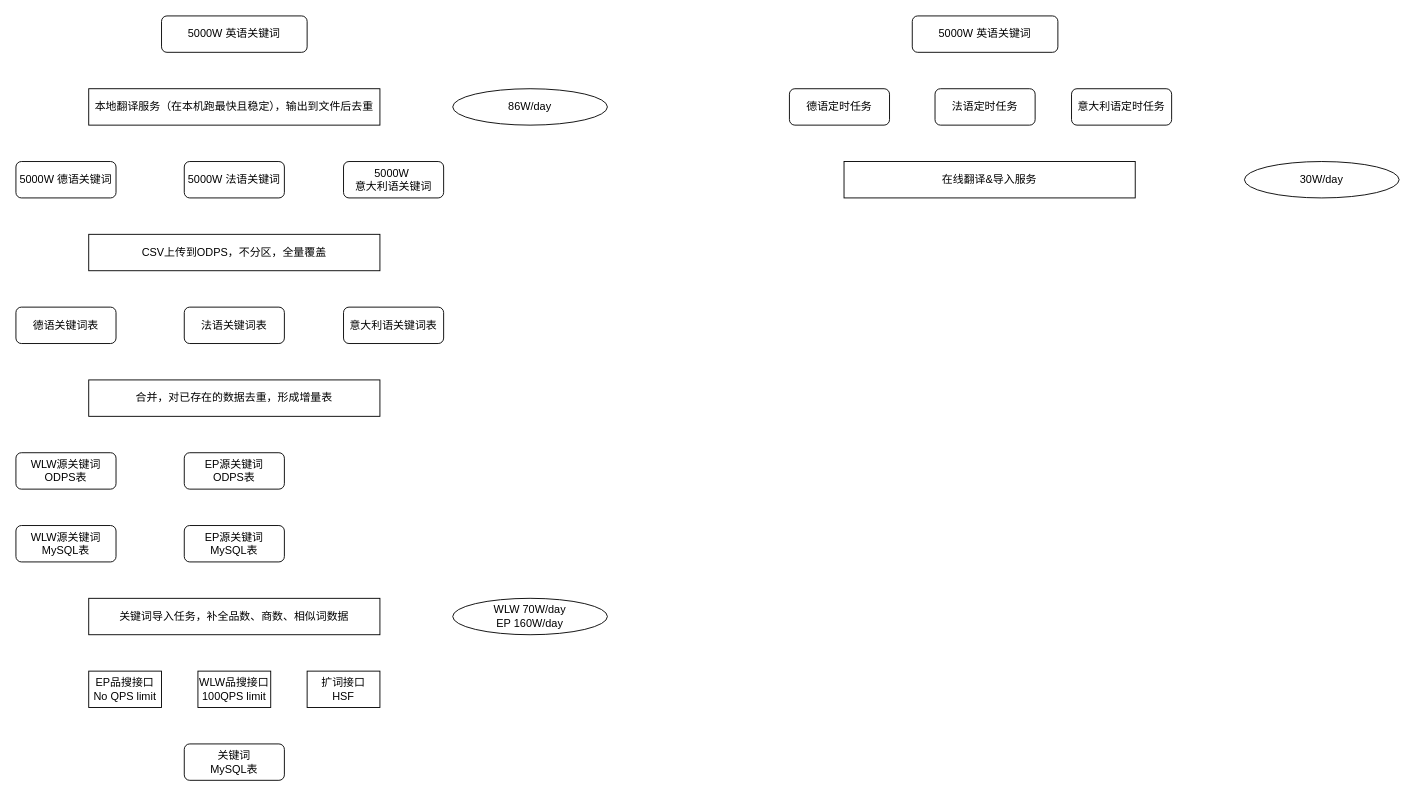
Earlier version of the draw.io diagram drawio/大数据量关键词导入.drawio (VisableHarry/seo-drawio). Source tidied: cells renumbered, new cells numbered last; positions are measured from the earlier drawing's top-left corner, leaving out a move shared by most shapes. Both pictures are drawn from the tidied source at 91%, with x=0, y=0 at pixel (15, 15).
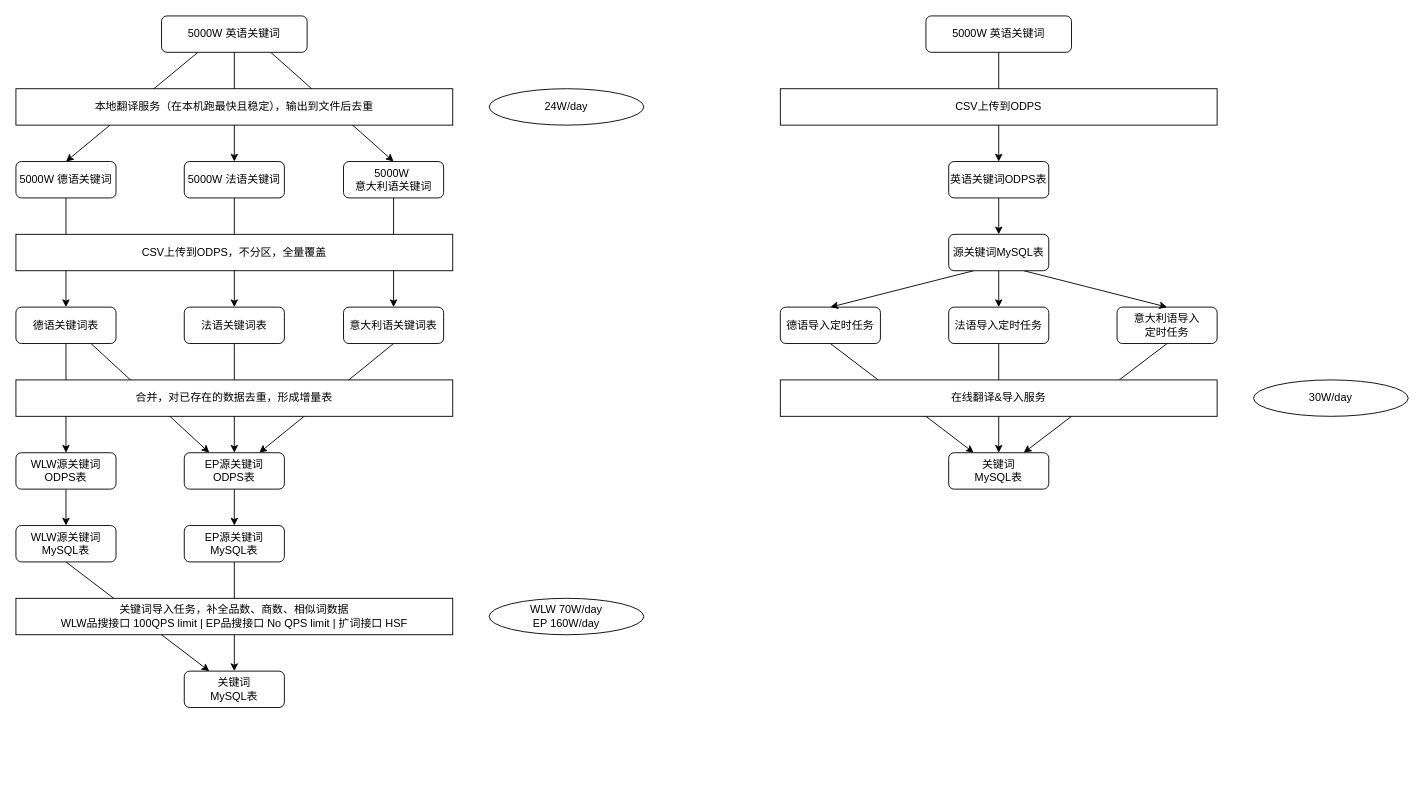
The same diagram, later.

Commit message:
更新大数据量关键词导入.drawio

The change refers to these unchanged cells:
```xml
<mxCell id="2" value="5000W 英语关键词" style="rounded=1;whiteSpace=wrap;html=1;" parent="1" vertex="1">
  <mxGeometry x="160" width="160" height="40" as="geometry" />
</mxCell>
<mxCell id="4" value="5000W 法语关键词" style="rounded=1;whiteSpace=wrap;html=1;" parent="1" vertex="1">
  <mxGeometry x="185" y="160" width="110" height="40" as="geometry" />
</mxCell>
<mxCell id="5" value="5000W 德语关键词" style="rounded=1;whiteSpace=wrap;html=1;" parent="1" vertex="1">
  <mxGeometry y="160" width="110" height="40" as="geometry" />
</mxCell>
<mxCell id="6" value="5000W&amp;nbsp;&lt;div&gt;意大利语关键词&lt;/div&gt;" style="rounded=1;whiteSpace=wrap;html=1;" parent="1" vertex="1">
  <mxGeometry x="360" y="160" width="110" height="40" as="geometry" />
</mxCell>
<mxCell id="8" value="德语关键词表" style="rounded=1;whiteSpace=wrap;html=1;" parent="1" vertex="1">
  <mxGeometry y="320" width="110" height="40" as="geometry" />
</mxCell>
<mxCell id="9" value="法语关键词表" style="rounded=1;whiteSpace=wrap;html=1;" parent="1" vertex="1">
  <mxGeometry x="185" y="320" width="110" height="40" as="geometry" />
</mxCell>
<mxCell id="10" value="意大利语关键词表" style="rounded=1;whiteSpace=wrap;html=1;" parent="1" vertex="1">
  <mxGeometry x="360" y="320" width="110" height="40" as="geometry" />
</mxCell>
<mxCell id="11" value="EP源关键词&lt;div&gt;ODPS表&lt;/div&gt;" style="rounded=1;whiteSpace=wrap;html=1;" parent="1" vertex="1">
  <mxGeometry x="185" y="480" width="110" height="40" as="geometry" />
</mxCell>
<mxCell id="12" value="WLW源关键词&lt;div&gt;ODPS表&lt;/div&gt;" style="rounded=1;whiteSpace=wrap;html=1;" parent="1" vertex="1">
  <mxGeometry y="480" width="110" height="40" as="geometry" />
</mxCell>
<mxCell id="14" value="WLW源关键词&lt;div&gt;MySQL表&lt;/div&gt;" style="rounded=1;whiteSpace=wrap;html=1;" parent="1" vertex="1">
  <mxGeometry y="560" width="110" height="40" as="geometry" />
</mxCell>
<mxCell id="15" value="EP源关键词&lt;div&gt;MySQL表&lt;/div&gt;" style="rounded=1;whiteSpace=wrap;html=1;" parent="1" vertex="1">
  <mxGeometry x="185" y="560" width="110" height="40" as="geometry" />
</mxCell>
```

Change to the diagram source:
```diff
@@
+    <mxCell id="29" style="edgeStyle=orthogonalEdgeStyle;rounded=0;jettySize=auto;html=1;exitX=0.5;exitY=1;exitDx=0;exitDy=0;entryX=0.5;entryY=0;entryDx=0;entryDy=0;" parent="1" edge="1" source="2" target="4">
+      <mxGeometry relative="1" as="geometry" />
+    </mxCell>
+    <mxCell id="30" style="rounded=0;jettySize=auto;html=1;exitX=0.75;exitY=1;exitDx=0;exitDy=0;entryX=0.5;entryY=0;entryDx=0;entryDy=0;" parent="1" edge="1" source="2" target="6">
+      <mxGeometry relative="1" as="geometry" />
+    </mxCell>
+    <mxCell id="31" style="rounded=0;jettySize=auto;html=1;exitX=0.25;exitY=1;exitDx=0;exitDy=0;entryX=0.5;entryY=0;entryDx=0;entryDy=0;" parent="1" edge="1" source="2" target="5">
+      <mxGeometry relative="1" as="geometry" />
+    </mxCell>
@@
     <mxCell id="3" value="本地翻译服务（在本机跑最快且稳定），输出到文件后去重" style="rounded=0;whiteSpace=wrap;html=1;" parent="1" vertex="1">
-      <mxGeometry x="80" y="80" width="320" height="40" as="geometry" />
+      <mxGeometry y="80" width="480" height="40" as="geometry" />
     </mxCell>
+    <mxCell id="32" style="edgeStyle=orthogonalEdgeStyle;rounded=0;jettySize=auto;html=1;exitX=0.5;exitY=1;exitDx=0;exitDy=0;entryX=0.5;entryY=0;entryDx=0;entryDy=0;" parent="1" edge="1" source="4" target="9">
+      <mxGeometry relative="1" as="geometry" />
+    </mxCell>
@@
+    <mxCell id="33" style="edgeStyle=orthogonalEdgeStyle;rounded=0;jettySize=auto;html=1;exitX=0.5;exitY=1;exitDx=0;exitDy=0;entryX=0.5;entryY=0;entryDx=0;entryDy=0;" parent="1" edge="1" source="5" target="8">
+      <mxGeometry relative="1" as="geometry" />
+    </mxCell>
@@
+    <mxCell id="34" style="edgeStyle=orthogonalEdgeStyle;rounded=0;jettySize=auto;html=1;exitX=0.5;exitY=1;exitDx=0;exitDy=0;entryX=0.5;entryY=0;entryDx=0;entryDy=0;" parent="1" edge="1" source="6" target="10">
+      <mxGeometry relative="1" as="geometry" />
+    </mxCell>
@@
     <mxCell id="7" value="CSV上传到ODPS，不分区，全量覆盖" style="rounded=0;whiteSpace=wrap;html=1;" parent="1" vertex="1">
-      <mxGeometry x="80" y="240" width="320" height="40" as="geometry" />
+      <mxGeometry y="240" width="480" height="40" as="geometry" />
     </mxCell>
+    <mxCell id="35" style="edgeStyle=orthogonalEdgeStyle;rounded=0;jettySize=auto;html=1;exitX=0.5;exitY=1;exitDx=0;exitDy=0;entryX=0.5;entryY=0;entryDx=0;entryDy=0;" parent="1" edge="1" source="8" target="12">
+      <mxGeometry relative="1" as="geometry" />
+    </mxCell>
+    <mxCell id="36" style="rounded=0;jettySize=auto;html=1;exitX=0.75;exitY=1;exitDx=0;exitDy=0;entryX=0.25;entryY=0;entryDx=0;entryDy=0;" parent="1" edge="1" source="8" target="11">
+      <mxGeometry relative="1" as="geometry" />
+    </mxCell>
@@
+    <mxCell id="37" style="edgeStyle=orthogonalEdgeStyle;rounded=0;jettySize=auto;html=1;exitX=0.5;exitY=1;exitDx=0;exitDy=0;" parent="1" edge="1" source="9" target="11">
+      <mxGeometry relative="1" as="geometry" />
+    </mxCell>
@@
+    <mxCell id="38" style="rounded=0;jettySize=auto;html=1;exitX=0.5;exitY=1;exitDx=0;exitDy=0;entryX=0.75;entryY=0;entryDx=0;entryDy=0;" parent="1" edge="1" source="10" target="11">
+      <mxGeometry relative="1" as="geometry" />
+    </mxCell>
@@
+    <mxCell id="39" style="edgeStyle=orthogonalEdgeStyle;rounded=0;jettySize=auto;html=1;exitX=0.5;exitY=1;exitDx=0;exitDy=0;entryX=0.5;entryY=0;entryDx=0;entryDy=0;" parent="1" edge="1" source="11" target="15">
+      <mxGeometry relative="1" as="geometry" />
+    </mxCell>
@@
+    <mxCell id="40" style="edgeStyle=orthogonalEdgeStyle;rounded=0;jettySize=auto;html=1;exitX=0.5;exitY=1;exitDx=0;exitDy=0;" parent="1" edge="1" source="12" target="14">
+      <mxGeometry relative="1" as="geometry" />
+    </mxCell>
@@
     <mxCell id="13" value="合并，对已存在的数据去重，形成增量表" style="rounded=0;whiteSpace=wrap;html=1;" parent="1" vertex="1">
-      <mxGeometry x="80" y="400" width="320" height="40" as="geometry" />
+      <mxGeometry y="400" width="480" height="40" as="geometry" />
     </mxCell>
+    <mxCell id="41" style="rounded=0;jettySize=auto;html=1;exitX=0.5;exitY=1;exitDx=0;exitDy=0;entryX=0.25;entryY=0;entryDx=0;entryDy=0;" parent="1" edge="1" source="14" target="17">
+      <mxGeometry relative="1" as="geometry" />
+    </mxCell>
@@
+    <mxCell id="42" style="edgeStyle=orthogonalEdgeStyle;rounded=0;jettySize=auto;html=1;exitX=0.5;exitY=1;exitDx=0;exitDy=0;entryX=0.5;entryY=0;entryDx=0;entryDy=0;" parent="1" edge="1" source="15" target="17">
+      <mxGeometry relative="1" as="geometry" />
+    </mxCell>
@@
-    <mxCell id="16" value="关键词导入任务，补全品数、商数、相似词数据" style="rounded=0;whiteSpace=wrap;html=1;" parent="1" vertex="1">
-      <mxGeometry x="80" y="640" width="320" height="40" as="geometry" />
+    <mxCell id="16" value="关键词导入任务，补全品数、商数、相似词数据&lt;div&gt;WLW品搜接口&amp;nbsp;&lt;span style=&quot;background-color: initial;&quot;&gt;100QPS limit |&amp;nbsp;&lt;/span&gt;&lt;span style=&quot;background-color: initial;&quot;&gt;EP品搜接口&amp;nbsp;&lt;/span&gt;&lt;span style=&quot;background-color: initial;&quot;&gt;No QPS limit |&amp;nbsp;&lt;/span&gt;&lt;span style=&quot;background-color: initial;&quot;&gt;扩词接口&amp;nbsp;&lt;/span&gt;&lt;span style=&quot;background-color: initial;&quot;&gt;HSF&lt;/span&gt;&lt;/div&gt;" style="rounded=0;whiteSpace=wrap;html=1;" parent="1" vertex="1">
+      <mxGeometry y="640" width="480" height="40" as="geometry" />
     </mxCell>
     <mxCell id="17" value="关键词&lt;div&gt;MySQL表&lt;/div&gt;" style="rounded=1;whiteSpace=wrap;html=1;" parent="1" vertex="1">
-      <mxGeometry x="185" y="800" width="110" height="40" as="geometry" />
+      <mxGeometry x="185" y="720" width="110" height="40" as="geometry" />
     </mxCell>
-    <mxCell id="18" value="EP品搜接口&lt;div&gt;No QPS limit&lt;/div&gt;" style="rounded=0;whiteSpace=wrap;html=1;" parent="1" vertex="1">
-      <mxGeometry x="80" y="720" width="80" height="40" as="geometry" />
-    </mxCell>
-    <mxCell id="19" value="WLW品搜接口&lt;div&gt;100QPS limit&lt;br&gt;&lt;/div&gt;" style="rounded=0;whiteSpace=wrap;html=1;" parent="1" vertex="1">
-      <mxGeometry x="200" y="720" width="80" height="40" as="geometry" />
-    </mxCell>
-    <mxCell id="20" value="扩词接口&lt;div&gt;HSF&lt;/div&gt;" style="rounded=0;whiteSpace=wrap;html=1;" parent="1" vertex="1">
-      <mxGeometry x="320" y="720" width="80" height="40" as="geometry" />
-    </mxCell>
-    <mxCell id="21" value="86W/day" style="ellipse;whiteSpace=wrap;html=1;" parent="1" vertex="1">
-      <mxGeometry x="480" y="80" width="170" height="40" as="geometry" />
+    <mxCell id="21" value="24W/day" style="ellipse;whiteSpace=wrap;html=1;" parent="1" vertex="1">
+      <mxGeometry x="520" y="80" width="170" height="40" as="geometry" />
     </mxCell>
     <mxCell id="22" value="WLW 70W/day&lt;div&gt;EP 160W/day&lt;/div&gt;" style="ellipse;whiteSpace=wrap;html=1;" parent="1" vertex="1">
-      <mxGeometry x="480" y="640" width="170" height="40" as="geometry" />
+      <mxGeometry x="520" y="640" width="170" height="40" as="geometry" />
     </mxCell>
+    <mxCell id="43" style="edgeStyle=orthogonalEdgeStyle;rounded=0;jettySize=auto;html=1;exitX=0.5;exitY=1;exitDx=0;exitDy=0;entryX=0.5;entryY=0;entryDx=0;entryDy=0;" parent="1" edge="1" source="23" target="50">
+      <mxGeometry relative="1" as="geometry" />
+    </mxCell>
     <mxCell id="23" value="5000W 英语关键词" style="rounded=1;whiteSpace=wrap;html=1;" parent="1" vertex="1">
-      <mxGeometry x="985" width="160" height="40" as="geometry" />
+      <mxGeometry x="1000" width="160" height="40" as="geometry" />
     </mxCell>
+    <mxCell id="25" value="30W/day" style="ellipse;whiteSpace=wrap;html=1;" parent="1" vertex="1">
+      <mxGeometry x="1360" y="400" width="170" height="40" as="geometry" />
+    </mxCell>
+    <mxCell id="44" style="rounded=0;jettySize=auto;html=1;exitX=0.5;exitY=1;exitDx=0;exitDy=0;entryX=0.25;entryY=0;entryDx=0;entryDy=0;" parent="1" edge="1" source="26" target="47">
+      <mxGeometry relative="1" as="geometry" />
+    </mxCell>
+    <mxCell id="26" value="德语导入定时任务" style="rounded=1;whiteSpace=wrap;html=1;" parent="1" vertex="1">
+      <mxGeometry x="840" y="320" width="110" height="40" as="geometry" />
+    </mxCell>
+    <mxCell id="45" style="edgeStyle=orthogonalEdgeStyle;rounded=0;jettySize=auto;html=1;exitX=0.5;exitY=1;exitDx=0;exitDy=0;" parent="1" edge="1" source="27" target="47">
+      <mxGeometry relative="1" as="geometry" />
+    </mxCell>
+    <mxCell id="27" value="法语导入定时任务" style="rounded=1;whiteSpace=wrap;html=1;" parent="1" vertex="1">
+      <mxGeometry x="1025" y="320" width="110" height="40" as="geometry" />
+    </mxCell>
+    <mxCell id="46" style="rounded=0;jettySize=auto;html=1;exitX=0.5;exitY=1;exitDx=0;exitDy=0;entryX=0.75;entryY=0;entryDx=0;entryDy=0;" parent="1" edge="1" source="28" target="47">
+      <mxGeometry relative="1" as="geometry" />
+    </mxCell>
+    <mxCell id="28" value="意大利语导入&lt;div&gt;定时任务&lt;/div&gt;" style="rounded=1;whiteSpace=wrap;html=1;" parent="1" vertex="1">
+      <mxGeometry x="1210" y="320" width="110" height="40" as="geometry" />
+    </mxCell>
+    <mxCell id="47" value="关键词&lt;div&gt;MySQL表&lt;/div&gt;" style="rounded=1;whiteSpace=wrap;html=1;" parent="1" vertex="1">
+      <mxGeometry x="1025" y="480" width="110" height="40" as="geometry" />
+    </mxCell>
+    <mxCell id="48" value="CSV上传到ODPS" style="rounded=0;whiteSpace=wrap;html=1;" parent="1" vertex="1">
+      <mxGeometry x="840" y="80" width="480" height="40" as="geometry" />
+    </mxCell>
+    <mxCell id="49" style="edgeStyle=orthogonalEdgeStyle;rounded=0;jettySize=auto;html=1;exitX=0.5;exitY=1;exitDx=0;exitDy=0;entryX=0.5;entryY=0;entryDx=0;entryDy=0;" parent="1" edge="1" source="50" target="54">
+      <mxGeometry relative="1" as="geometry" />
+    </mxCell>
+    <mxCell id="50" value="英语关键词ODPS表" style="rounded=1;whiteSpace=wrap;html=1;" parent="1" vertex="1">
+      <mxGeometry x="1025" y="160" width="110" height="40" as="geometry" />
+    </mxCell>
+    <mxCell id="51" style="rounded=0;jettySize=auto;html=1;exitX=0.25;exitY=1;exitDx=0;exitDy=0;entryX=0.5;entryY=0;entryDx=0;entryDy=0;" parent="1" edge="1" source="54" target="26">
+      <mxGeometry relative="1" as="geometry" />
+    </mxCell>
+    <mxCell id="52" style="edgeStyle=orthogonalEdgeStyle;rounded=0;jettySize=auto;html=1;exitX=0.5;exitY=1;exitDx=0;exitDy=0;entryX=0.5;entryY=0;entryDx=0;entryDy=0;" parent="1" edge="1" source="54" target="27">
+      <mxGeometry relative="1" as="geometry" />
+    </mxCell>
+    <mxCell id="53" style="rounded=0;jettySize=auto;html=1;exitX=0.75;exitY=1;exitDx=0;exitDy=0;entryX=0.5;entryY=0;entryDx=0;entryDy=0;" parent="1" edge="1" source="54" target="28">
+      <mxGeometry relative="1" as="geometry" />
+    </mxCell>
+    <mxCell id="54" value="源关键词MySQL表" style="rounded=1;whiteSpace=wrap;html=1;" parent="1" vertex="1">
+      <mxGeometry x="1025" y="240" width="110" height="40" as="geometry" />
+    </mxCell>
     <mxCell id="24" value="在线翻译&amp;amp;导入服务" style="rounded=0;whiteSpace=wrap;html=1;" parent="1" vertex="1">
-      <mxGeometry x="910" y="160" width="320" height="40" as="geometry" />
+      <mxGeometry x="840" y="400" width="480" height="40" as="geometry" />
     </mxCell>
-    <mxCell id="25" value="30W/day" style="ellipse;whiteSpace=wrap;html=1;" parent="1" vertex="1">
-      <mxGeometry x="1350" y="160" width="170" height="40" as="geometry" />
-    </mxCell>
-    <mxCell id="26" value="德语定时任务" style="rounded=1;whiteSpace=wrap;html=1;" parent="1" vertex="1">
-      <mxGeometry x="850" y="80" width="110" height="40" as="geometry" />
-    </mxCell>
-    <mxCell id="27" value="法语定时任务" style="rounded=1;whiteSpace=wrap;html=1;" parent="1" vertex="1">
-      <mxGeometry x="1010" y="80" width="110" height="40" as="geometry" />
-    </mxCell>
-    <mxCell id="28" value="意大利语定时任务" style="rounded=1;whiteSpace=wrap;html=1;" parent="1" vertex="1">
-      <mxGeometry x="1160" y="80" width="110" height="40" as="geometry" />
-    </mxCell>
```
